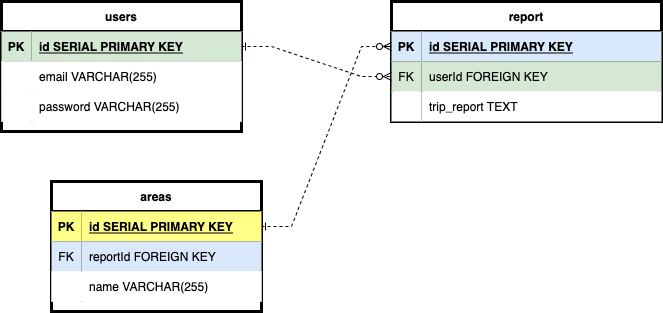
Before: ERD.drawio.png, a diagram exported from draw.io (mvanzo/P2-Dir). Source tidied: cells renumbered, new cells last; positions are measured from the earlier drawing's top-left corner, leaving out a move shared by most shapes.
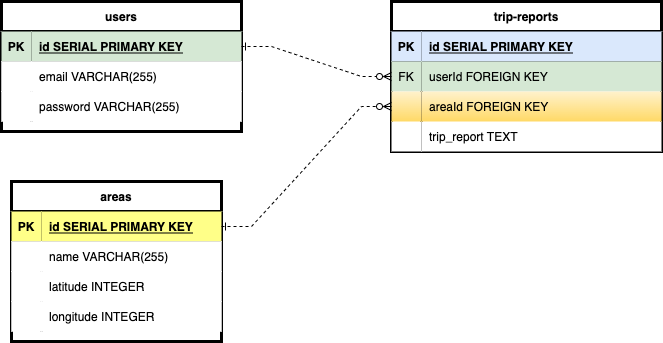
The same diagram one commit later.

Change to the diagram source:
```diff
@@ -33,7 +33,7 @@
       <mxGeometry x="30" width="210" height="30" as="geometry" />
     </mxCell>
     <mxCell id="12" value="areas" style="shape=table;startSize=30;rowLines=0;fontStyle=1;align=center;strokeWidth=3;" parent="1" vertex="1">
-      <mxGeometry x="50" y="180" width="210" height="130" as="geometry" />
+      <mxGeometry x="10" y="180" width="210" height="160" as="geometry" />
     </mxCell>
     <mxCell id="13" style="shape=tableRow;horizontal=0;startSize=0;swimlaneHead=0;swimlaneBody=0;fillColor=none;points=[[0,0.5],[1,0.5]];portConstraint=eastwest;top=0;left=0;right=0;bottom=1;" parent="12" vertex="1">
       <mxGeometry y="30" width="210" height="30" as="geometry" />
@@ -44,17 +44,8 @@
     <mxCell id="15" value="id SERIAL PRIMARY KEY" style="shape=partialRectangle;fillColor=#ffff88;top=0;left=0;bottom=0;right=0;align=left;spacingLeft=6;fontStyle=5;overflow=hidden;strokeColor=#36393d;" parent="13" vertex="1">
       <mxGeometry x="30" width="180" height="30" as="geometry" />
     </mxCell>
-    <mxCell id="16" style="shape=tableRow;horizontal=0;startSize=0;swimlaneHead=0;swimlaneBody=0;fillColor=none;top=0;left=0;right=0;bottom=0;" parent="12" vertex="1">
-      <mxGeometry y="60" width="210" height="30" as="geometry" />
-    </mxCell>
-    <mxCell id="17" value="FK" style="shape=partialRectangle;top=0;left=0;bottom=0;right=0;fontStyle=0;overflow=hidden;fillColor=#dae8fc;strokeColor=#6c8ebf;" parent="16" vertex="1">
-      <mxGeometry width="30" height="30" as="geometry" />
-    </mxCell>
-    <mxCell id="18" value="reportId FOREIGN KEY" style="shape=partialRectangle;top=0;left=0;bottom=0;right=0;align=left;spacingLeft=6;fontStyle=0;overflow=hidden;fillColor=#dae8fc;strokeColor=#6c8ebf;" parent="16" vertex="1">
-      <mxGeometry x="30" width="180" height="30" as="geometry" />
-    </mxCell>
     <mxCell id="19" style="shape=tableRow;horizontal=0;startSize=0;swimlaneHead=0;swimlaneBody=0;top=0;left=0;right=0;bottom=0;" parent="12" vertex="1">
-      <mxGeometry y="90" width="210" height="30" as="geometry" />
+      <mxGeometry y="60" width="210" height="30" as="geometry" />
     </mxCell>
     <mxCell id="20" style="shape=partialRectangle;top=0;left=0;bottom=0;right=0;overflow=hidden;" parent="19" vertex="1">
       <mxGeometry width="30" height="30" as="geometry" />
@@ -62,8 +53,26 @@
     <mxCell id="21" value="name VARCHAR(255)" style="shape=partialRectangle;top=0;left=0;bottom=0;right=0;align=left;spacingLeft=6;overflow=hidden;" parent="19" vertex="1">
       <mxGeometry x="30" width="180" height="30" as="geometry" />
     </mxCell>
+    <mxCell id="34" style="shape=tableRow;horizontal=0;startSize=0;swimlaneHead=0;swimlaneBody=0;top=0;left=0;right=0;bottom=0;" parent="12" vertex="1">
+      <mxGeometry y="90" width="210" height="30" as="geometry" />
+    </mxCell>
+    <mxCell id="35" style="shape=partialRectangle;top=0;left=0;bottom=0;right=0;overflow=hidden;" parent="34" vertex="1">
+      <mxGeometry width="30" height="30" as="geometry" />
+    </mxCell>
+    <mxCell id="36" value="latitude INTEGER" style="shape=partialRectangle;top=0;left=0;bottom=0;right=0;align=left;spacingLeft=6;overflow=hidden;" parent="34" vertex="1">
+      <mxGeometry x="30" width="180" height="30" as="geometry" />
+    </mxCell>
+    <mxCell id="37" style="shape=tableRow;horizontal=0;startSize=0;swimlaneHead=0;swimlaneBody=0;top=0;left=0;right=0;bottom=0;" parent="12" vertex="1">
+      <mxGeometry y="120" width="210" height="30" as="geometry" />
+    </mxCell>
+    <mxCell id="38" style="shape=partialRectangle;top=0;left=0;bottom=0;right=0;overflow=hidden;" parent="37" vertex="1">
+      <mxGeometry width="30" height="30" as="geometry" />
+    </mxCell>
+    <mxCell id="39" value="longitude INTEGER" style="shape=partialRectangle;top=0;left=0;bottom=0;right=0;align=left;spacingLeft=6;overflow=hidden;" parent="37" vertex="1">
+      <mxGeometry x="30" width="180" height="30" as="geometry" />
+    </mxCell>
-    <mxCell id="22" value="report" style="shape=table;startSize=30;rowLines=0;fontStyle=1;align=center;strokeWidth=3;" parent="1" vertex="1">
-      <mxGeometry x="390" width="270" height="120" as="geometry" />
+    <mxCell id="22" value="trip-reports" style="shape=table;startSize=30;rowLines=0;fontStyle=1;align=center;strokeWidth=3;" parent="1" vertex="1">
+      <mxGeometry x="390" width="270" height="150" as="geometry" />
     </mxCell>
     <mxCell id="23" style="shape=tableRow;horizontal=0;startSize=0;swimlaneHead=0;swimlaneBody=0;fillColor=none;points=[[0,0.5],[1,0.5]];portConstraint=eastwest;top=0;left=0;right=0;bottom=1;strokeWidth=3;" parent="22" vertex="1">
       <mxGeometry y="30" width="270" height="30" as="geometry" />
@@ -83,8 +92,17 @@
     <mxCell id="28" value="userId FOREIGN KEY" style="shape=partialRectangle;fillColor=#d5e8d4;top=0;left=0;bottom=0;right=0;align=left;spacingLeft=6;overflow=hidden;strokeWidth=3;strokeColor=#82b366;" parent="26" vertex="1">
       <mxGeometry x="30" width="240" height="30" as="geometry" />
     </mxCell>
+    <mxCell id="40" style="shape=tableRow;horizontal=0;startSize=0;swimlaneHead=0;swimlaneBody=0;fillColor=none;points=[[0,0.5],[1,0.5]];portConstraint=eastwest;top=0;left=0;right=0;bottom=0;strokeWidth=3;" parent="22" vertex="1">
+      <mxGeometry y="90" width="270" height="30" as="geometry" />
+    </mxCell>
+    <mxCell id="41" style="shape=partialRectangle;fillColor=#fff2cc;top=0;left=0;bottom=0;right=0;overflow=hidden;strokeWidth=3;strokeColor=#d6b656;gradientColor=#ffd966;" parent="40" vertex="1">
+      <mxGeometry width="30" height="30" as="geometry" />
+    </mxCell>
+    <mxCell id="42" value="areaId FOREIGN KEY" style="shape=partialRectangle;fillColor=#fff2cc;top=0;left=0;bottom=0;right=0;align=left;spacingLeft=6;overflow=hidden;strokeWidth=3;strokeColor=#d6b656;gradientColor=#ffd966;" parent="40" vertex="1">
+      <mxGeometry x="30" width="240" height="30" as="geometry" />
+    </mxCell>
     <mxCell id="29" style="shape=tableRow;horizontal=0;startSize=0;swimlaneHead=0;swimlaneBody=0;fillColor=none;top=0;left=0;right=0;bottom=0;strokeWidth=3;" parent="22" vertex="1">
-      <mxGeometry y="90" width="270" height="30" as="geometry" />
+      <mxGeometry y="120" width="270" height="30" as="geometry" />
     </mxCell>
     <mxCell id="30" style="shape=partialRectangle;top=0;left=0;bottom=0;right=0;overflow=hidden;strokeWidth=3;" parent="29" vertex="1">
       <mxGeometry width="30" height="30" as="geometry" />
@@ -92,10 +110,10 @@
     <mxCell id="31" value="trip_report TEXT" style="shape=partialRectangle;top=0;left=0;bottom=0;right=0;align=left;spacingLeft=6;overflow=hidden;strokeWidth=3;" parent="29" vertex="1">
       <mxGeometry x="30" width="240" height="30" as="geometry" />
     </mxCell>
-    <mxCell id="32" style="edgeStyle=entityRelationEdgeStyle;fontSize=12;html=1;endArrow=ERzeroToMany;startArrow=ERone;rounded=0;dashed=1;strokeWidth=1;exitX=1;exitY=0.5;exitDx=0;exitDy=0;startFill=0;" parent="1" edge="1" source="3" target="26">
+    <mxCell id="32" style="edgeStyle=entityRelationEdgeStyle;fontSize=12;html=1;endArrow=ERzeroToMany;startArrow=ERone;rounded=0;dashed=1;strokeWidth=1;exitX=1;exitY=0.5;exitDx=0;exitDy=0;startFill=0;endFill=0;" parent="1" edge="1" source="3" target="26">
       <mxGeometry relative="1" as="geometry" />
     </mxCell>
-    <mxCell id="33" style="edgeStyle=entityRelationEdgeStyle;fontSize=12;html=1;endArrow=ERzeroToMany;rounded=0;dashed=1;strokeWidth=1;exitX=1;exitY=0.5;exitDx=0;exitDy=0;entryX=0;entryY=0.5;entryDx=0;entryDy=0;endFill=0;startArrow=ERone;startFill=0;" parent="1" edge="1" source="13" target="23">
+    <mxCell id="33" style="edgeStyle=entityRelationEdgeStyle;fontSize=12;html=1;endArrow=ERzeroToMany;rounded=0;dashed=1;strokeWidth=1;entryX=0;entryY=0.5;entryDx=0;entryDy=0;endFill=0;startArrow=ERone;startFill=0;exitX=1;exitY=0.5;exitDx=0;exitDy=0;" parent="1" edge="1" source="13" target="40">
       <mxGeometry relative="1" as="geometry" />
     </mxCell>
   </root>
```
